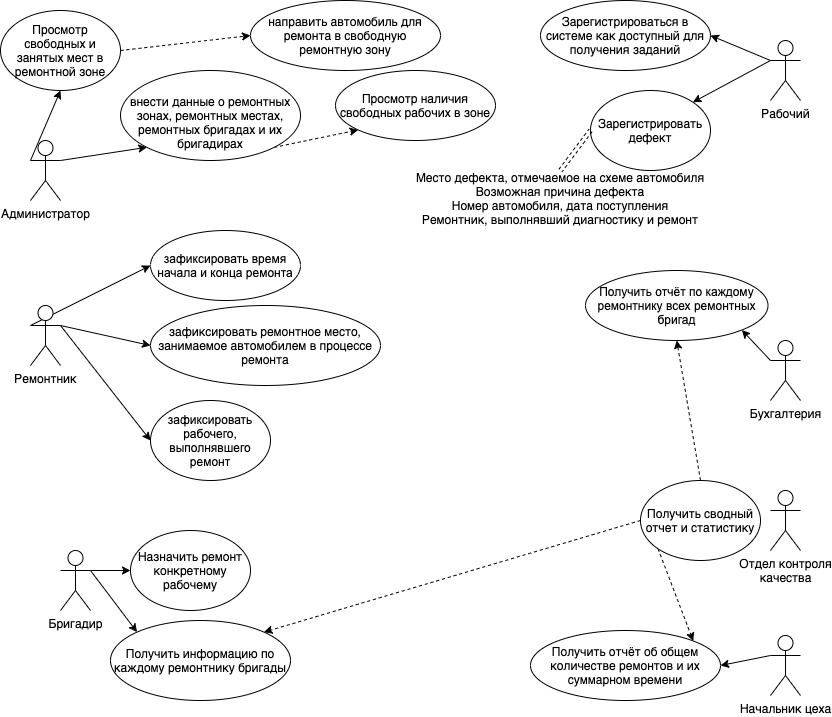
Gammanik/bash keeps this draw.io diagram as src/main/java/com/bash/docs/defects/use-case.png. Above is the earlier version. Source tidied: cells renumbered, new cells last; positions are measured from the earlier drawing's top-left corner, leaving out a move shared by most shapes.
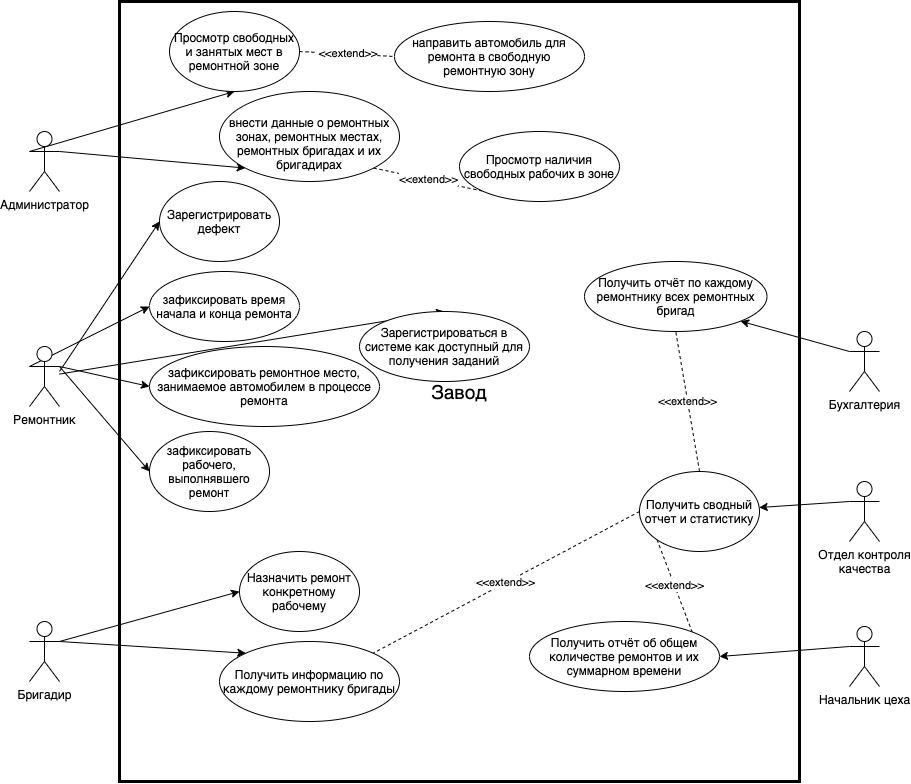
The same file after the commit.

Diff of the diagram source:
```diff
@@ -1,21 +1,15 @@
-<mxGraphModel background="#ffffff">
+<mxGraphModel>
   <root>
     <mxCell id="0" />
     <mxCell id="1" parent="0" />
-    <mxCell id="2" style="edgeStyle=none;rounded=0;jumpStyle=none;jettySize=auto;html=1;exitX=0;exitY=0.3333333333333333;exitDx=0;exitDy=0;exitPerimeter=0;entryX=1;entryY=0.5;entryDx=0;entryDy=0;" parent="1" edge="1" source="4" target="23">
-      <mxGeometry relative="1" as="geometry" />
-    </mxCell>
-    <mxCell id="3" style="edgeStyle=none;rounded=0;jumpStyle=none;jettySize=auto;html=1;exitX=0;exitY=0.3333333333333333;exitDx=0;exitDy=0;exitPerimeter=0;entryX=1;entryY=0;entryDx=0;entryDy=0;" parent="1" edge="1" source="4" target="38">
-      <mxGeometry relative="1" as="geometry" />
-    </mxCell>
-    <mxCell id="4" value="Рабочий" style="shape=umlActor;verticalLabelPosition=bottom;verticalAlign=top;html=1;" parent="1" vertex="1">
-      <mxGeometry x="770" y="40" width="30" height="60" as="geometry" />
-    </mxCell>
+    <mxCell id="42" value="&lt;font style=&quot;font-size: 19px&quot;&gt;Завод&lt;/font&gt;" style="rounded=0;whiteSpace=wrap;html=1;strokeWidth=3;fillColor=none;" parent="1" vertex="1">
+      <mxGeometry x="120" y="10" width="680" height="780" as="geometry" />
+    </mxCell>
     <mxCell id="5" style="edgeStyle=none;rounded=0;jumpStyle=none;jettySize=auto;html=1;exitX=0;exitY=0.3333333333333333;exitDx=0;exitDy=0;exitPerimeter=0;entryX=1;entryY=0.5;entryDx=0;entryDy=0;" parent="1" edge="1" source="6" target="33">
       <mxGeometry relative="1" as="geometry" />
     </mxCell>
     <mxCell id="6" value="Начальник цеха" style="shape=umlActor;verticalLabelPosition=bottom;verticalAlign=top;html=1;outlineConnect=0;" parent="1" vertex="1">
-      <mxGeometry x="770" y="635" width="30" height="60" as="geometry" />
+      <mxGeometry x="850" y="635" width="30" height="60" as="geometry" />
     </mxCell>
     <mxCell id="7" style="edgeStyle=none;rounded=0;jumpStyle=none;jettySize=auto;html=1;exitX=0;exitY=0.3333333333333333;exitDx=0;exitDy=0;exitPerimeter=0;entryX=0.5;entryY=1;entryDx=0;entryDy=0;" parent="1" edge="1" source="9" target="27">
       <mxGeometry relative="1" as="geometry" />
@@ -26,11 +20,11 @@
     <mxCell id="9" value="Администратор" style="shape=umlActor;verticalLabelPosition=bottom;verticalAlign=top;html=1;outlineConnect=0;" parent="1" vertex="1">
       <mxGeometry x="30" y="140" width="30" height="60" as="geometry" />
     </mxCell>
-    <mxCell id="10" style="edgeStyle=none;rounded=0;jumpStyle=none;jettySize=auto;html=1;exitX=1;exitY=1;exitDx=0;exitDy=0;entryX=0;entryY=1;entryDx=0;entryDy=0;dashed=1;" parent="1" edge="1" source="11" target="25">
+    <mxCell id="10" value="&amp;lt;&amp;lt;extend&amp;gt;&amp;gt;" style="edgeStyle=none;rounded=0;jumpStyle=none;jettySize=auto;html=1;exitX=1;exitY=1;exitDx=0;exitDy=0;entryX=0;entryY=1;entryDx=0;entryDy=0;dashed=1;endArrow=none;endFill=0;" parent="1" edge="1" source="11" target="25">
       <mxGeometry relative="1" as="geometry" />
     </mxCell>
     <mxCell id="11" value="&lt;br&gt;внести данные о&amp;nbsp;ремонтных зонах, ремонтных местах, ремонтных бригадах и их бригадирах" style="ellipse;whiteSpace=wrap;html=1;" parent="1" vertex="1">
-      <mxGeometry x="120" y="70" width="180" height="90" as="geometry" />
+      <mxGeometry x="220" y="100" width="180" height="90" as="geometry" />
     </mxCell>
     <mxCell id="12" style="edgeStyle=none;rounded=0;jumpStyle=none;jettySize=auto;html=1;exitX=0;exitY=0.3333333333333333;exitDx=0;exitDy=0;exitPerimeter=0;entryX=0;entryY=0.5;entryDx=0;entryDy=0;" parent="1" edge="1" source="15" target="16">
       <mxGeometry relative="1" as="geometry" />
@@ -41,17 +35,25 @@
     <mxCell id="14" style="edgeStyle=none;rounded=0;jumpStyle=none;jettySize=auto;html=1;exitX=1;exitY=0.3333333333333333;exitDx=0;exitDy=0;exitPerimeter=0;entryX=0;entryY=0.5;entryDx=0;entryDy=0;" parent="1" edge="1" source="15" target="17">
       <mxGeometry relative="1" as="geometry" />
     </mxCell>
+    <mxCell id="43" style="edgeStyle=none;rounded=0;jettySize=auto;html=1;entryX=0;entryY=0.5;entryDx=0;entryDy=0;endArrow=classic;endFill=1;" parent="1" edge="1" target="38">
+      <mxGeometry relative="1" as="geometry">
+        <mxPoint x="60" y="380" as="sourcePoint" />
+      </mxGeometry>
+    </mxCell>
+    <mxCell id="44" style="edgeStyle=none;rounded=0;jettySize=auto;html=1;entryX=0.5;entryY=0;entryDx=0;entryDy=0;endArrow=classic;endFill=1;" parent="1" edge="1" source="15" target="23">
+      <mxGeometry relative="1" as="geometry" />
+    </mxCell>
     <mxCell id="15" value="Ремонтник" style="shape=umlActor;verticalLabelPosition=bottom;verticalAlign=top;html=1;outlineConnect=0;" parent="1" vertex="1">
-      <mxGeometry x="30" y="305" width="30" height="60" as="geometry" />
+      <mxGeometry x="30" y="355" width="30" height="60" as="geometry" />
     </mxCell>
     <mxCell id="16" value="&lt;span id=&quot;docs-internal-guid-4b10f4f7-7fff-964e-9d06-81d0692ab87c&quot;&gt;&lt;span style=&quot;font-family: &amp;#34;arial&amp;#34; ; background-color: transparent ; vertical-align: baseline&quot;&gt;&lt;font style=&quot;font-size: 12px&quot;&gt;зафиксировать время начала и конца ремонта&lt;/font&gt;&lt;/span&gt;&lt;/span&gt;" style="ellipse;whiteSpace=wrap;html=1;" parent="1" vertex="1">
-      <mxGeometry x="150" y="230" width="150" height="70" as="geometry" />
+      <mxGeometry x="150" y="280" width="150" height="70" as="geometry" />
     </mxCell>
     <mxCell id="17" value="&lt;span style=&quot;font-family: &amp;#34;arial&amp;#34;&quot;&gt;зафиксировать&lt;br&gt;рабочего, выполнявшего ремонт&lt;/span&gt;" style="ellipse;whiteSpace=wrap;html=1;" parent="1" vertex="1">
-      <mxGeometry x="150" y="400" width="120" height="80" as="geometry" />
+      <mxGeometry x="150" y="440" width="120" height="80" as="geometry" />
     </mxCell>
     <mxCell id="18" value="&lt;br&gt;зафиксировать&amp;nbsp;&lt;span&gt;ремонтное место, занимаемое автомобилем в процессе ремонта&lt;br&gt;&lt;br&gt;&lt;/span&gt;" style="ellipse;whiteSpace=wrap;html=1;" parent="1" vertex="1">
-      <mxGeometry x="150" y="305" width="230" height="80" as="geometry" />
+      <mxGeometry x="150" y="355" width="230" height="80" as="geometry" />
     </mxCell>
     <mxCell id="19" style="edgeStyle=none;rounded=0;jumpStyle=none;jettySize=auto;html=1;exitX=1;exitY=0.3333333333333333;exitDx=0;exitDy=0;exitPerimeter=0;entryX=0;entryY=0.5;entryDx=0;entryDy=0;" parent="1" edge="1" source="21" target="22">
       <mxGeometry relative="1" as="geometry" />
@@ -60,36 +62,39 @@
       <mxGeometry relative="1" as="geometry" />
     </mxCell>
     <mxCell id="21" value="Бригадир" style="shape=umlActor;verticalLabelPosition=bottom;verticalAlign=top;html=1;outlineConnect=0;" parent="1" vertex="1">
-      <mxGeometry x="60" y="550" width="30" height="60" as="geometry" />
+      <mxGeometry x="30" y="630" width="30" height="60" as="geometry" />
     </mxCell>
     <mxCell id="22" value="Назначить ремонт конкретному рабочему" style="ellipse;whiteSpace=wrap;html=1;" parent="1" vertex="1">
-      <mxGeometry x="130" y="530" width="120" height="80" as="geometry" />
+      <mxGeometry x="240" y="560" width="120" height="80" as="geometry" />
     </mxCell>
     <mxCell id="23" value="Зарегистрироваться в системе как доступный для получения заданий" style="ellipse;whiteSpace=wrap;html=1;" parent="1" vertex="1">
-      <mxGeometry x="540" width="170" height="70" as="geometry" />
+      <mxGeometry x="360" y="320" width="170" height="70" as="geometry" />
     </mxCell>
     <mxCell id="24" value="&lt;div&gt;направить автомобиль для ремонта в свободную ремонтную зону&lt;/div&gt;" style="ellipse;whiteSpace=wrap;html=1;" parent="1" vertex="1">
-      <mxGeometry x="250" width="190" height="70" as="geometry" />
+      <mxGeometry x="395" y="30" width="190" height="70" as="geometry" />
     </mxCell>
     <mxCell id="25" value="Просмотр наличия свободных рабочих в зоне" style="ellipse;whiteSpace=wrap;html=1;" parent="1" vertex="1">
-      <mxGeometry x="335" y="70" width="160" height="70" as="geometry" />
+      <mxGeometry x="460" y="140" width="160" height="70" as="geometry" />
     </mxCell>
-    <mxCell id="26" style="edgeStyle=none;rounded=0;jumpStyle=none;jettySize=auto;html=1;exitX=1;exitY=0.5;exitDx=0;exitDy=0;entryX=0;entryY=0.5;entryDx=0;entryDy=0;dashed=1;" parent="1" edge="1" source="27" target="24">
+    <mxCell id="26" value="&amp;nbsp;&amp;lt;&amp;lt;extend&amp;gt;&amp;gt;" style="edgeStyle=none;rounded=0;jumpStyle=none;jettySize=auto;html=1;exitX=1;exitY=0.5;exitDx=0;exitDy=0;entryX=0;entryY=0.5;entryDx=0;entryDy=0;dashed=1;endArrow=none;endFill=0;" parent="1" edge="1" source="27" target="24">
       <mxGeometry relative="1" as="geometry" />
     </mxCell>
     <mxCell id="27" value="Просмотр свободных и занятых мест в ремонтной зоне" style="ellipse;whiteSpace=wrap;html=1;" parent="1" vertex="1">
-      <mxGeometry y="10" width="120" height="80" as="geometry" />
+      <mxGeometry x="170" y="20" width="130" height="80" as="geometry" />
     </mxCell>
+    <mxCell id="45" style="edgeStyle=none;rounded=0;jettySize=auto;html=1;endArrow=classic;endFill=1;exitX=0;exitY=0.3333333333333333;exitDx=0;exitDy=0;exitPerimeter=0;" parent="1" edge="1" source="28" target="32">
+      <mxGeometry relative="1" as="geometry" />
+    </mxCell>
     <mxCell id="28" value="Отдел контроля&lt;br&gt;качества" style="shape=umlActor;verticalLabelPosition=bottom;verticalAlign=top;html=1;outlineConnect=0;" parent="1" vertex="1">
-      <mxGeometry x="770" y="490" width="30" height="60" as="geometry" />
+      <mxGeometry x="850" y="490" width="30" height="60" as="geometry" />
     </mxCell>
-    <mxCell id="29" style="edgeStyle=none;rounded=0;jumpStyle=none;jettySize=auto;html=1;exitX=0;exitY=1;exitDx=0;exitDy=0;entryX=1;entryY=0;entryDx=0;entryDy=0;dashed=1;" parent="1" edge="1" source="32" target="33">
+    <mxCell id="29" value="&amp;lt;&amp;lt;extend&amp;gt;&amp;gt;" style="edgeStyle=none;rounded=0;jumpStyle=none;jettySize=auto;html=1;exitX=0;exitY=1;exitDx=0;exitDy=0;entryX=1;entryY=0;entryDx=0;entryDy=0;dashed=1;endArrow=none;endFill=0;" parent="1" edge="1" source="32" target="33">
       <mxGeometry relative="1" as="geometry" />
     </mxCell>
-    <mxCell id="30" style="edgeStyle=none;rounded=0;jumpStyle=none;jettySize=auto;html=1;exitX=0.5;exitY=0;exitDx=0;exitDy=0;entryX=0.5;entryY=1;entryDx=0;entryDy=0;dashed=1;" parent="1" edge="1" source="32" target="37">
+    <mxCell id="30" value="&amp;lt;&amp;lt;extend&amp;gt;&amp;gt;" style="edgeStyle=none;rounded=0;jumpStyle=none;jettySize=auto;html=1;exitX=0.5;exitY=0;exitDx=0;exitDy=0;entryX=0.5;entryY=1;entryDx=0;entryDy=0;dashed=1;endArrow=none;endFill=0;" parent="1" edge="1" source="32" target="37">
       <mxGeometry relative="1" as="geometry" />
     </mxCell>
-    <mxCell id="31" style="edgeStyle=none;rounded=0;jumpStyle=none;jettySize=auto;html=1;exitX=0;exitY=0.5;exitDx=0;exitDy=0;entryX=1;entryY=0;entryDx=0;entryDy=0;dashed=1;" parent="1" edge="1" source="32" target="34">
+    <mxCell id="31" value="&amp;lt;&amp;lt;extend&amp;gt;&amp;gt;" style="edgeStyle=none;rounded=0;jumpStyle=none;jettySize=auto;html=1;exitX=0;exitY=0.5;exitDx=0;exitDy=0;entryX=1;entryY=0;entryDx=0;entryDy=0;dashed=1;endArrow=none;endFill=0;" parent="1" edge="1" source="32" target="34">
       <mxGeometry relative="1" as="geometry" />
     </mxCell>
     <mxCell id="32" value="Получить сводный отчет и статистику" style="ellipse;whiteSpace=wrap;html=1;" parent="1" vertex="1">
@@ -99,28 +104,25 @@
       <mxGeometry x="530" y="630" width="190" height="70" as="geometry" />
     </mxCell>
     <mxCell id="34" value="Получить&amp;nbsp;информацию по каждому ремонтнику бригады" style="ellipse;whiteSpace=wrap;html=1;" parent="1" vertex="1">
-      <mxGeometry x="110" y="620" width="180" height="80" as="geometry" />
+      <mxGeometry x="220" y="650" width="180" height="80" as="geometry" />
     </mxCell>
     <mxCell id="35" style="edgeStyle=none;rounded=0;jumpStyle=none;jettySize=auto;html=1;exitX=0;exitY=0.3333333333333333;exitDx=0;exitDy=0;exitPerimeter=0;entryX=1;entryY=1;entryDx=0;entryDy=0;" parent="1" edge="1" source="36" target="37">
       <mxGeometry relative="1" as="geometry" />
     </mxCell>
     <mxCell id="36" value="Бухгалтерия" style="shape=umlActor;verticalLabelPosition=bottom;verticalAlign=top;html=1;outlineConnect=0;" parent="1" vertex="1">
-      <mxGeometry x="770" y="340" width="30" height="60" as="geometry" />
+      <mxGeometry x="850" y="340" width="30" height="60" as="geometry" />
     </mxCell>
     <mxCell id="37" value="&lt;b style=&quot;font-weight: normal&quot; id=&quot;docs-internal-guid-e5c3a808-7fff-4adf-d515-946aad3dc68b&quot;&gt;&lt;span style=&quot;font-family: &amp;#34;arial&amp;#34; ; color: rgb(0 , 0 , 0) ; background-color: transparent ; font-weight: 400 ; font-style: normal ; font-variant: normal ; text-decoration: none ; vertical-align: baseline&quot;&gt;&lt;font style=&quot;font-size: 12px&quot;&gt;Получить&amp;nbsp;отчёт по каждому ремонтнику всех ремонтных бригад&lt;/font&gt;&lt;/span&gt;&lt;/b&gt;" style="ellipse;whiteSpace=wrap;html=1;" parent="1" vertex="1">
       <mxGeometry x="585" y="270" width="182.5" height="70" as="geometry" />
     </mxCell>
     <mxCell id="38" value="Зарегистрировать дефект" style="ellipse;whiteSpace=wrap;html=1;" parent="1" vertex="1">
-      <mxGeometry x="590" y="90" width="120" height="80" as="geometry" />
+      <mxGeometry x="160" y="190" width="120" height="80" as="geometry" />
     </mxCell>
-    <mxCell id="39" style="edgeStyle=none;rounded=0;jumpStyle=none;jettySize=auto;html=1;exitX=0.5;exitY=0;exitDx=0;exitDy=0;entryX=0;entryY=0.5;entryDx=0;entryDy=0;shape=link;dashed=1;" parent="1" edge="1" source="40" target="38">
-      <mxGeometry relative="1" as="geometry" />
-    </mxCell>
-    <mxCell id="40" value="&lt;span&gt;Место дефекта, отмечаемое на схеме автомобиля&lt;/span&gt;&lt;div&gt;Возможная причина дефекта&lt;/div&gt;&lt;div&gt;Номер автомобиля, дата поступления&lt;/div&gt;&lt;div&gt;Ремонтник, выполнявший диагностику и ремонт&lt;/div&gt;&lt;div&gt;&lt;br&gt;&lt;/div&gt;" style="text;html=1;strokeColor=none;fillColor=none;align=center;verticalAlign=middle;whiteSpace=wrap;rounded=0;" parent="1" vertex="1">
-      <mxGeometry x="410" y="170" width="300" height="70" as="geometry" />
-    </mxCell>
-    <mxCell id="41" style="edgeStyle=none;rounded=0;jumpStyle=none;orthogonalLoop=1;jettySize=auto;html=1;exitX=0.5;exitY=1;exitDx=0;exitDy=0;" parent="1" edge="1" source="40" target="40">
-      <mxGeometry relative="1" as="geometry" />
-    </mxCell>
+    <mxCell id="46" style="edgeStyle=none;rounded=0;jumpStyle=none;orthogonalLoop=1;jettySize=auto;html=1;exitX=0.5;exitY=1;exitDx=0;exitDy=0;" parent="1" edge="1">
+      <mxGeometry relative="1" as="geometry">
+        <mxPoint x="560" y="240" as="sourcePoint" />
+        <mxPoint x="560" y="240" as="targetPoint" />
+      </mxGeometry>
+    </mxCell>
   </root>
 </mxGraphModel>
```
